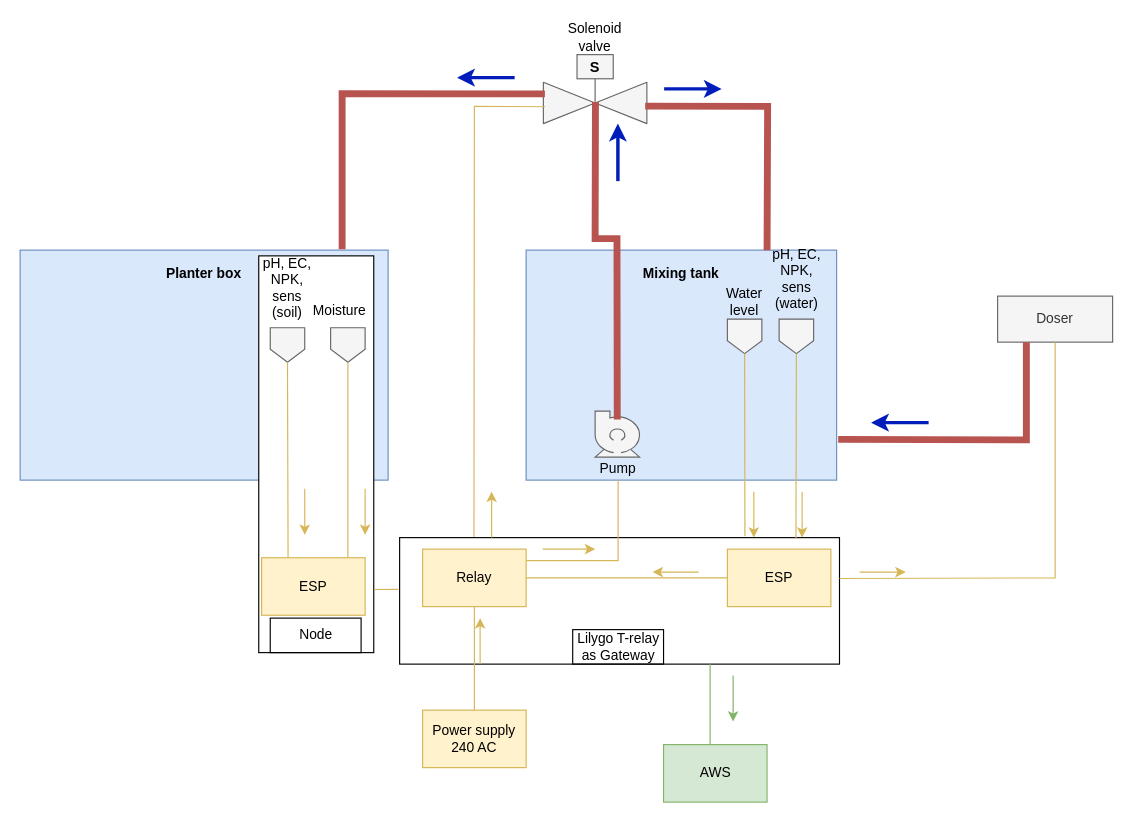
Before: Portable planter v1.drawio in eg4301/Agritech, a draw.io diagram. Source tidied: cells renumbered, new cells numbered last; positions are measured from the earlier drawing's top-left corner, leaving out a move shared by most shapes. Both pictures are drawn from the tidied source at 115%, with x=0, y=0 at pixel (20, 20).
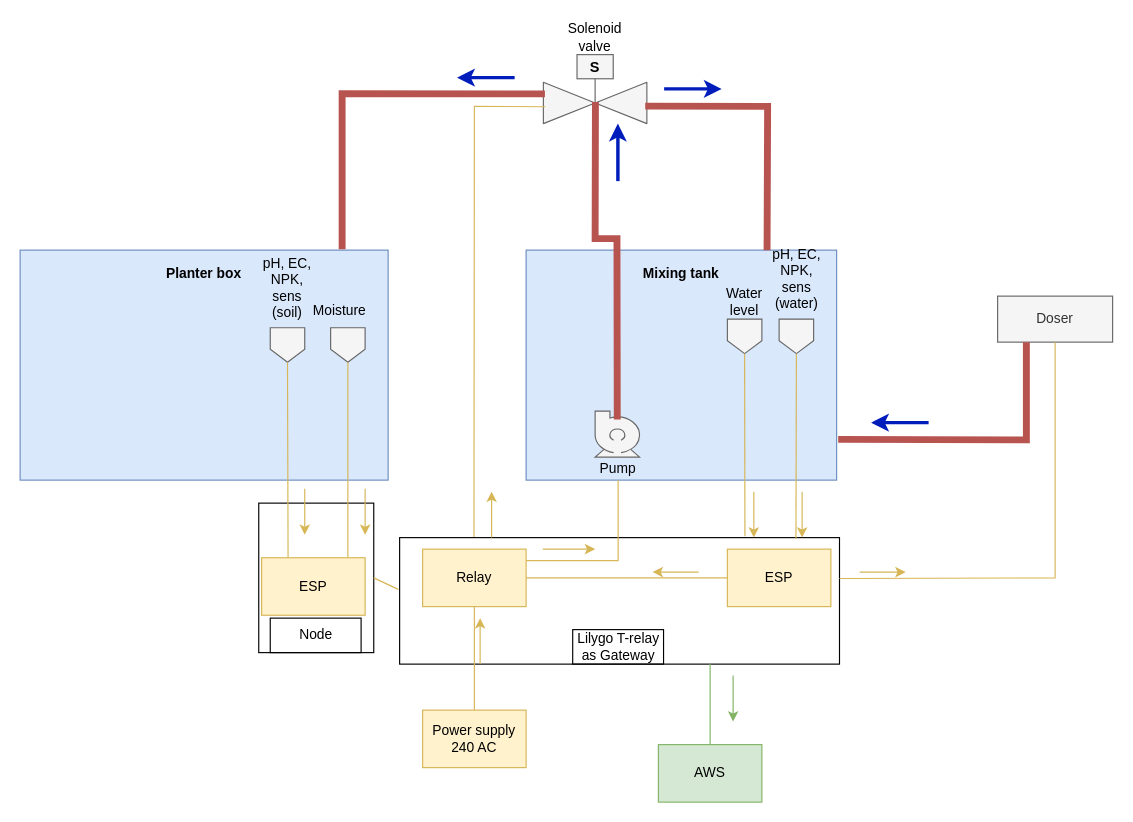
The same diagram, later.

Commit message (it also covers changes not shown here):
updated system diagram

Unchanged cells that the change refers to:
```xml
<mxCell id="4" style="rounded=0;whiteSpace=wrap;html=1;" parent="1" vertex="1">
  <mxGeometry x="330" y="450" width="382.5" height="110" as="geometry" />
</mxCell>
```

The edit, as a diff of the source:
```diff
@@
     <mxCell id="3" style="rounded=0;whiteSpace=wrap;html=1;" parent="1" vertex="1">
-      <mxGeometry x="207.5" y="205" width="100" height="345" as="geometry" />
+      <mxGeometry x="207.5" y="420" width="100" height="130" as="geometry" />
     </mxCell>
@@
-    <mxCell id="51" style="endArrow=none;html=1;rounded=0;entryX=1.005;entryY=0.841;entryDx=0;entryDy=0;exitX=-0.003;exitY=0.409;exitDx=0;exitDy=0;fillColor=#fff2cc;strokeColor=#d6b656;exitPerimeter=0;entryPerimeter=0;" parent="1" edge="1" source="4" target="3">
+    <mxCell id="51" style="endArrow=none;html=1;rounded=0;entryX=1;entryY=0.5;entryDx=0;entryDy=0;exitX=-0.003;exitY=0.409;exitDx=0;exitDy=0;fillColor=#fff2cc;strokeColor=#d6b656;exitPerimeter=0;" parent="1" edge="1" source="4" target="3">
       <mxGeometry relative="1" as="geometry" />
     </mxCell>
@@
     <mxCell id="53" value="AWS" style="rounded=0;whiteSpace=wrap;html=1;fillColor=#d5e8d4;strokeColor=#82b366;" parent="1" vertex="1">
-      <mxGeometry x="559.5" y="630" width="90" height="50" as="geometry" />
+      <mxGeometry x="555" y="630" width="90" height="50" as="geometry" />
     </mxCell>
```
